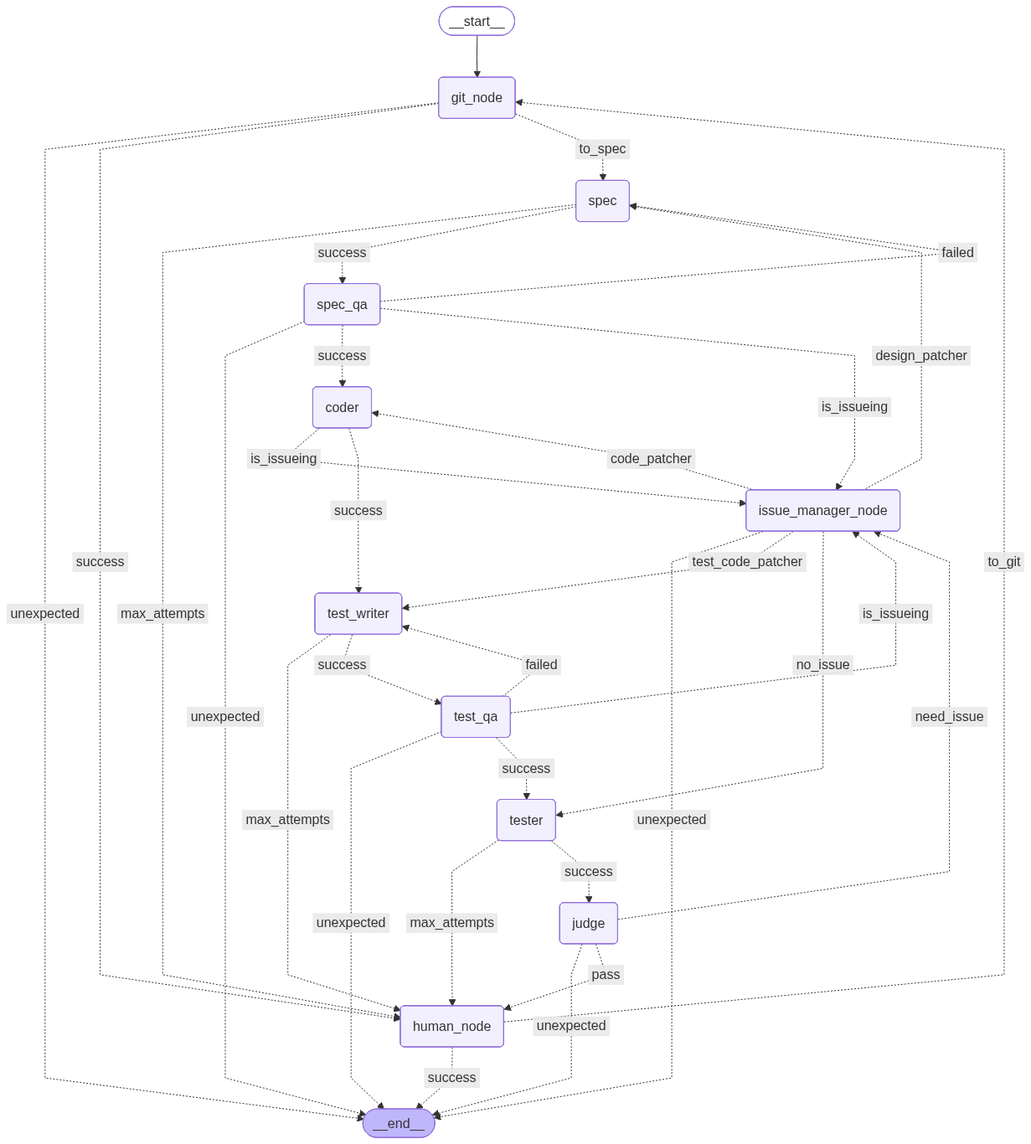
The Mermaid diagram workflow.png in ddongzi/someai, before a commit. Its source is kept beside it as workflow.mmd.
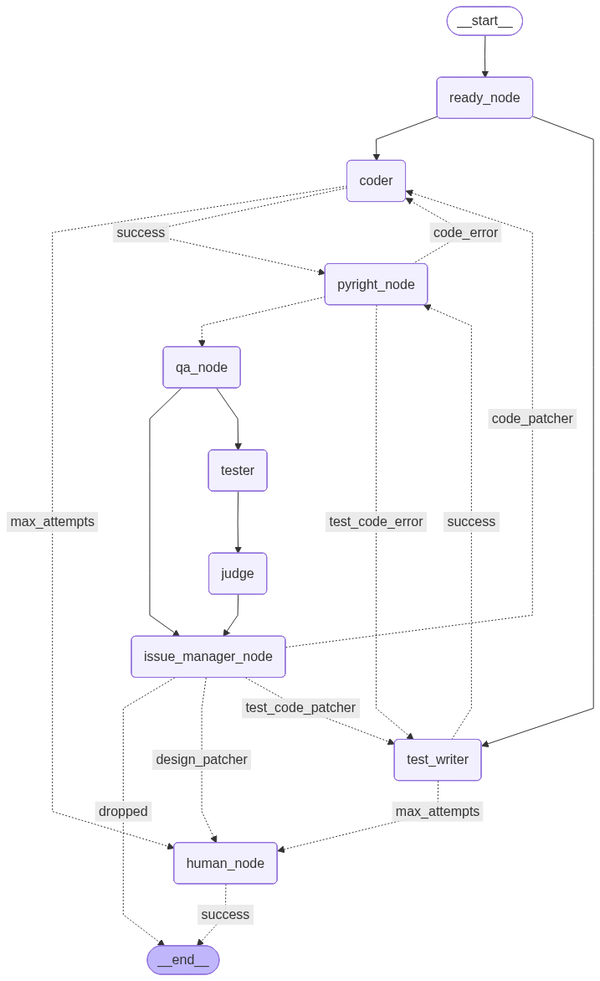
After the commit.

What changed in the source:
```diff
@@ -5,47 +5,35 @@
 ---
 graph TD;
 	__start__([<p>__start__</p>]):::first
-	git_node(git_node)
-	spec(spec)
-	spec_qa(spec_qa)
+	ready_node(ready_node)
+	pyright_node(pyright_node)
 	coder(coder)
 	test_writer(test_writer)
-	test_qa(test_qa)
 	tester(tester)
 	human_node(human_node)
+	qa_node(qa_node)
 	judge(judge)
 	issue_manager_node(issue_manager_node)
 	__end__([<p>__end__</p>]):::last
-	__start__ --> git_node;
-	coder -. &nbsp;is_issueing&nbsp; .-> issue_manager_node;
-	coder -. &nbsp;success&nbsp; .-> test_writer;
-	git_node -. &nbsp;unexpected&nbsp; .-> __end__;
-	git_node -. &nbsp;success&nbsp; .-> human_node;
-	git_node -. &nbsp;to_spec&nbsp; .-> spec;
+	__start__ --> ready_node;
+	coder -. &nbsp;max_attempts&nbsp; .-> human_node;
+	coder -. &nbsp;success&nbsp; .-> pyright_node;
 	human_node -. &nbsp;success&nbsp; .-> __end__;
-	human_node -. &nbsp;to_git&nbsp; .-> git_node;
-	issue_manager_node -. &nbsp;unexpected&nbsp; .-> __end__;
+	issue_manager_node -. &nbsp;dropped&nbsp; .-> __end__;
 	issue_manager_node -. &nbsp;code_patcher&nbsp; .-> coder;
-	issue_manager_node -. &nbsp;design_patcher&nbsp; .-> spec;
+	issue_manager_node -. &nbsp;design_patcher&nbsp; .-> human_node;
 	issue_manager_node -. &nbsp;test_code_patcher&nbsp; .-> test_writer;
-	issue_manager_node -. &nbsp;no_issue&nbsp; .-> tester;
-	judge -. &nbsp;unexpected&nbsp; .-> __end__;
-	judge -. &nbsp;pass&nbsp; .-> human_node;
-	judge -. &nbsp;need_issue&nbsp; .-> issue_manager_node;
-	spec -. &nbsp;max_attempts&nbsp; .-> human_node;
-	spec -. &nbsp;success&nbsp; .-> spec_qa;
-	spec_qa -. &nbsp;unexpected&nbsp; .-> __end__;
-	spec_qa -. &nbsp;success&nbsp; .-> coder;
-	spec_qa -. &nbsp;is_issueing&nbsp; .-> issue_manager_node;
-	spec_qa -. &nbsp;failed&nbsp; .-> spec;
-	test_qa -. &nbsp;unexpected&nbsp; .-> __end__;
-	test_qa -. &nbsp;is_issueing&nbsp; .-> issue_manager_node;
-	test_qa -. &nbsp;failed&nbsp; .-> test_writer;
-	test_qa -. &nbsp;success&nbsp; .-> tester;
+	judge --> issue_manager_node;
+	pyright_node -. &nbsp;code_error&nbsp; .-> coder;
+	pyright_node -.-> qa_node;
+	pyright_node -. &nbsp;test_code_error&nbsp; .-> test_writer;
+	qa_node --> issue_manager_node;
+	qa_node --> tester;
+	ready_node --> coder;
+	ready_node --> test_writer;
 	test_writer -. &nbsp;max_attempts&nbsp; .-> human_node;
-	test_writer -. &nbsp;success&nbsp; .-> test_qa;
-	tester -. &nbsp;max_attempts&nbsp; .-> human_node;
-	tester -. &nbsp;success&nbsp; .-> judge;
+	test_writer -. &nbsp;success&nbsp; .-> pyright_node;
+	tester --> judge;
 	classDef default fill:#f2f0ff,line-height:1.2
 	classDef first fill-opacity:0
 	classDef last fill:#bfb6fc
```
